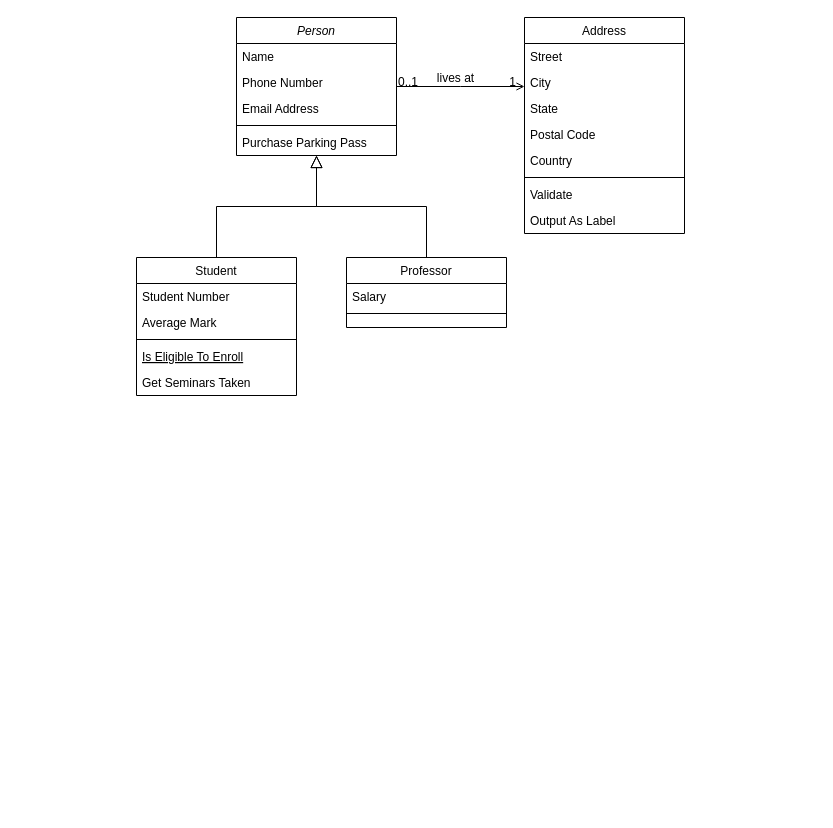
Above: Untitled Diagram.drawio in ngltduong/flappy-bird (draw.io), before the change. Source tidied: cells renumbered, new cells numbered last; positions are measured from the earlier drawing's top-left corner, leaving out a move shared by most shapes. Both pictures are drawn from the tidied source at 100%, with x=0, y=0 at pixel (136, 17).
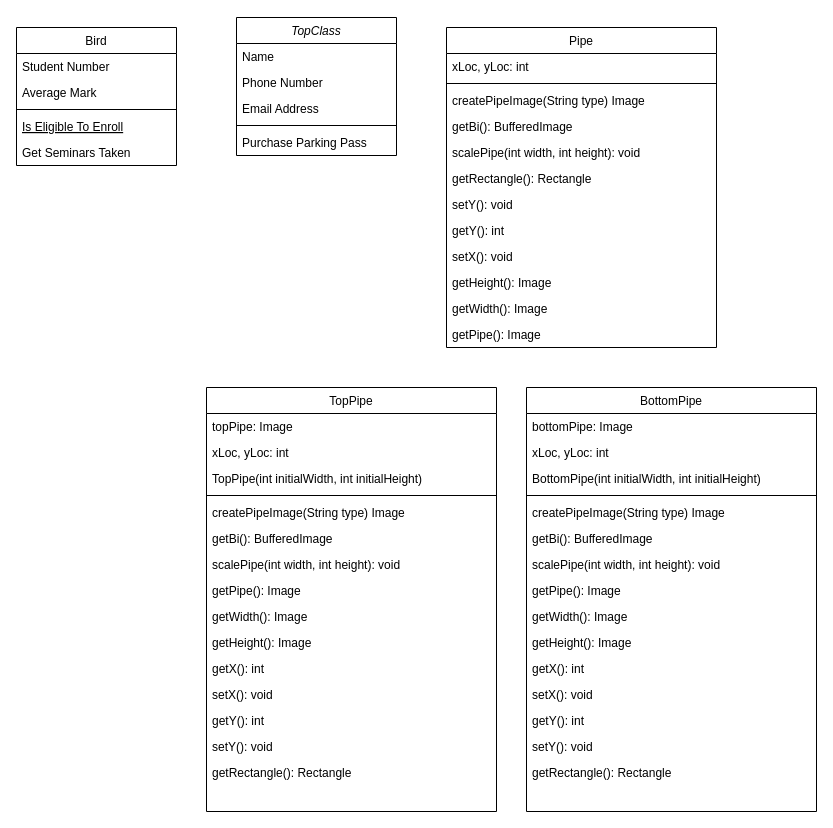
After the change.

Diff of the diagram source:
```diff
@@
-    <mxCell id="2" value="Person" style="swimlane;fontStyle=2;align=center;verticalAlign=top;horizontal=1;startSize=26;rounded=0;shadow=0;strokeWidth=1;" parent="1" vertex="1">
+    <mxCell id="2" value="TopClass" style="swimlane;fontStyle=2;align=center;verticalAlign=top;horizontal=1;startSize=26;rounded=0;shadow=0;strokeWidth=1;" parent="1" vertex="1">
       <mxGeometry x="100" width="160" height="138" as="geometry" />
     </mxCell>
@@
-    <mxCell id="8" value="Student" style="swimlane;fontStyle=0;align=center;verticalAlign=top;horizontal=1;startSize=26;rounded=0;shadow=0;strokeWidth=1;" parent="1" vertex="1">
-      <mxGeometry y="240" width="160" height="138" as="geometry" />
+    <mxCell id="8" value="Bird" style="swimlane;fontStyle=0;align=center;verticalAlign=top;horizontal=1;startSize=26;rounded=0;shadow=0;strokeWidth=1;" parent="1" vertex="1">
+      <mxGeometry x="-120" y="10" width="160" height="138" as="geometry" />
     </mxCell>
@@
-    <mxCell id="14" style="endArrow=block;endSize=10;endFill=0;shadow=0;strokeWidth=1;rounded=0;edgeStyle=elbowEdgeStyle;elbow=vertical;" parent="1" edge="1" source="8" target="2">
-      <mxGeometry relative="1" as="geometry" />
-    </mxCell>
-    <mxCell id="15" value="Professor" style="swimlane;fontStyle=0;align=center;verticalAlign=top;horizontal=1;startSize=26;rounded=0;shadow=0;strokeWidth=1;" parent="1" vertex="1">
-      <mxGeometry x="210" y="240" width="160" height="70" as="geometry" />
-    </mxCell>
-    <mxCell id="16" value="Salary" style="text;align=left;verticalAlign=top;spacingLeft=4;spacingRight=4;overflow=hidden;" parent="15" vertex="1">
-      <mxGeometry y="26" width="160" height="26" as="geometry" />
-    </mxCell>
-    <mxCell id="17" style="line;html=1;strokeWidth=1;align=left;verticalAlign=middle;spacingTop=-1;spacingLeft=3;spacingRight=3;labelPosition=right;" parent="15" vertex="1">
-      <mxGeometry y="52" width="160" height="8" as="geometry" />
-    </mxCell>
-    <mxCell id="18" style="endArrow=block;endSize=10;endFill=0;shadow=0;strokeWidth=1;rounded=0;edgeStyle=elbowEdgeStyle;elbow=vertical;" parent="1" edge="1" source="15" target="2">
-      <mxGeometry relative="1" as="geometry" />
-    </mxCell>
-    <mxCell id="19" value="Address" style="swimlane;fontStyle=0;align=center;verticalAlign=top;horizontal=1;startSize=26;rounded=0;shadow=0;strokeWidth=1;" parent="1" vertex="1">
-      <mxGeometry x="388" width="160" height="216" as="geometry" />
+    <mxCell id="19" value="Pipe" style="swimlane;fontStyle=0;align=center;verticalAlign=top;horizontal=1;startSize=26;rounded=0;shadow=0;strokeWidth=1;" parent="1" vertex="1">
+      <mxGeometry x="310" y="10" width="270" height="320" as="geometry" />
     </mxCell>
-    <mxCell id="20" value="Street" style="text;align=left;verticalAlign=top;spacingLeft=4;spacingRight=4;overflow=hidden;" parent="19" vertex="1">
-      <mxGeometry y="26" width="160" height="26" as="geometry" />
-    </mxCell>
-    <mxCell id="21" value="City" style="text;align=left;verticalAlign=top;spacingLeft=4;spacingRight=4;overflow=hidden;rounded=0;shadow=0;html=0;" parent="19" vertex="1">
-      <mxGeometry y="52" width="160" height="26" as="geometry" />
+    <mxCell id="21" value="xLoc, yLoc: int" style="text;align=left;verticalAlign=top;spacingLeft=4;spacingRight=4;overflow=hidden;rounded=0;shadow=0;html=0;" parent="19" vertex="1">
+      <mxGeometry y="26" width="270" height="26" as="geometry" />
     </mxCell>
+    <mxCell id="25" style="line;html=1;strokeWidth=1;align=left;verticalAlign=middle;spacingTop=-1;spacingLeft=3;spacingRight=3;labelPosition=right;" parent="19" vertex="1">
+      <mxGeometry y="52" width="270" height="8" as="geometry" />
+    </mxCell>
-    <mxCell id="22" value="State" style="text;align=left;verticalAlign=top;spacingLeft=4;spacingRight=4;overflow=hidden;rounded=0;shadow=0;html=0;" parent="19" vertex="1">
-      <mxGeometry y="78" width="160" height="26" as="geometry" />
+    <mxCell id="22" value="createPipeImage(String type) Image" style="text;align=left;verticalAlign=top;spacingLeft=4;spacingRight=4;overflow=hidden;rounded=0;shadow=0;html=0;" parent="19" vertex="1">
+      <mxGeometry y="60" width="270" height="26" as="geometry" />
     </mxCell>
-    <mxCell id="23" value="Postal Code" style="text;align=left;verticalAlign=top;spacingLeft=4;spacingRight=4;overflow=hidden;rounded=0;shadow=0;html=0;" parent="19" vertex="1">
-      <mxGeometry y="104" width="160" height="26" as="geometry" />
-    </mxCell>
-    <mxCell id="24" value="Country" style="text;align=left;verticalAlign=top;spacingLeft=4;spacingRight=4;overflow=hidden;rounded=0;shadow=0;html=0;" parent="19" vertex="1">
-      <mxGeometry y="130" width="160" height="26" as="geometry" />
-    </mxCell>
-    <mxCell id="25" style="line;html=1;strokeWidth=1;align=left;verticalAlign=middle;spacingTop=-1;spacingLeft=3;spacingRight=3;labelPosition=right;" parent="19" vertex="1">
-      <mxGeometry y="156" width="160" height="8" as="geometry" />
-    </mxCell>
-    <mxCell id="26" value="Validate" style="text;align=left;verticalAlign=top;spacingLeft=4;spacingRight=4;overflow=hidden;" parent="19" vertex="1">
-      <mxGeometry y="164" width="160" height="26" as="geometry" />
+    <mxCell id="26" value="getBi(): BufferedImage" style="text;align=left;verticalAlign=top;spacingLeft=4;spacingRight=4;overflow=hidden;" parent="19" vertex="1">
+      <mxGeometry y="86" width="270" height="26" as="geometry" />
     </mxCell>
-    <mxCell id="27" value="Output As Label" style="text;align=left;verticalAlign=top;spacingLeft=4;spacingRight=4;overflow=hidden;" parent="19" vertex="1">
-      <mxGeometry y="190" width="160" height="26" as="geometry" />
-    </mxCell>
-    <mxCell id="28" style="endArrow=open;shadow=0;strokeWidth=1;rounded=0;endFill=1;edgeStyle=elbowEdgeStyle;elbow=vertical;" parent="1" edge="1" source="2" target="19">
-      <mxGeometry x="0.5" y="41" relative="1" as="geometry">
-        <mxPoint x="-40" y="32" as="offset" />
-      </mxGeometry>
-    </mxCell>
-    <mxCell id="29" value="0..1" style="align=left;verticalAlign=bottom;labelBackgroundColor=none;fontSize=12;" parent="28" vertex="1">
-      <mxGeometry x="-1" relative="1" as="geometry">
-        <mxPoint y="4" as="offset" />
-      </mxGeometry>
-    </mxCell>
-    <mxCell id="30" value="1" style="align=right;verticalAlign=bottom;labelBackgroundColor=none;fontSize=12;" parent="28" vertex="1">
-      <mxGeometry x="1" relative="1" as="geometry">
-        <mxPoint x="-7" y="4" as="offset" />
-      </mxGeometry>
-    </mxCell>
-    <mxCell id="31" value="lives at" style="text;html=1;align=center;verticalAlign=middle;labelBackgroundColor=none;rounded=0;shadow=0;strokeWidth=1;fontSize=12;" parent="28" vertex="1">
-      <mxGeometry x="0.5" y="49" relative="1" as="geometry">
-        <mxPoint x="-38" y="40" as="offset" />
-      </mxGeometry>
-    </mxCell>
+    <mxCell id="32" value="scalePipe(int width, int height): void" style="text;strokeColor=none;fillColor=none;align=left;verticalAlign=top;spacingLeft=4;spacingRight=4;overflow=hidden;hachureGap=4;" parent="19" vertex="1">
+      <mxGeometry y="112" width="270" height="26" as="geometry" />
+    </mxCell>
+    <mxCell id="33" value="getRectangle(): Rectangle" style="text;strokeColor=none;fillColor=none;align=left;verticalAlign=top;spacingLeft=4;spacingRight=4;overflow=hidden;hachureGap=4;" parent="19" vertex="1">
+      <mxGeometry y="138" width="270" height="26" as="geometry" />
+    </mxCell>
+    <mxCell id="34" value="setY(): void" style="text;strokeColor=none;fillColor=none;align=left;verticalAlign=top;spacingLeft=4;spacingRight=4;overflow=hidden;hachureGap=4;" parent="19" vertex="1">
+      <mxGeometry y="164" width="270" height="26" as="geometry" />
+    </mxCell>
+    <mxCell id="35" value="getY(): int" style="text;strokeColor=none;fillColor=none;align=left;verticalAlign=top;spacingLeft=4;spacingRight=4;overflow=hidden;hachureGap=4;" parent="19" vertex="1">
+      <mxGeometry y="190" width="270" height="26" as="geometry" />
+    </mxCell>
+    <mxCell id="36" value="setX(): void" style="text;strokeColor=none;fillColor=none;align=left;verticalAlign=top;spacingLeft=4;spacingRight=4;overflow=hidden;hachureGap=4;" parent="19" vertex="1">
+      <mxGeometry y="216" width="270" height="26" as="geometry" />
+    </mxCell>
+    <mxCell id="37" value="getHeight(): Image" style="text;strokeColor=none;fillColor=none;align=left;verticalAlign=top;spacingLeft=4;spacingRight=4;overflow=hidden;hachureGap=4;" parent="19" vertex="1">
+      <mxGeometry y="242" width="270" height="26" as="geometry" />
+    </mxCell>
+    <mxCell id="38" value="getWidth(): Image" style="text;strokeColor=none;fillColor=none;align=left;verticalAlign=top;spacingLeft=4;spacingRight=4;overflow=hidden;hachureGap=4;" parent="19" vertex="1">
+      <mxGeometry y="268" width="270" height="26" as="geometry" />
+    </mxCell>
+    <mxCell id="39" value="getPipe(): Image" style="text;strokeColor=none;fillColor=none;align=left;verticalAlign=top;spacingLeft=4;spacingRight=4;overflow=hidden;hachureGap=4;" parent="19" vertex="1">
+      <mxGeometry y="294" width="270" height="26" as="geometry" />
+    </mxCell>
+    <mxCell id="40" value="TopPipe" style="swimlane;fontStyle=0;align=center;verticalAlign=top;horizontal=1;startSize=26;rounded=0;shadow=0;strokeWidth=1;" parent="1" vertex="1">
+      <mxGeometry x="70" y="370" width="290" height="424" as="geometry" />
+    </mxCell>
+    <mxCell id="41" value="topPipe: Image" style="text;align=left;verticalAlign=top;spacingLeft=4;spacingRight=4;overflow=hidden;" parent="40" vertex="1">
+      <mxGeometry y="26" width="290" height="26" as="geometry" />
+    </mxCell>
+    <mxCell id="42" value="xLoc, yLoc: int" style="text;align=left;verticalAlign=top;spacingLeft=4;spacingRight=4;overflow=hidden;rounded=0;shadow=0;html=0;" parent="40" vertex="1">
+      <mxGeometry y="52" width="290" height="26" as="geometry" />
+    </mxCell>
+    <mxCell id="43" value="TopPipe(int initialWidth, int initialHeight)" style="text;strokeColor=none;fillColor=none;align=left;verticalAlign=top;spacingLeft=4;spacingRight=4;overflow=hidden;hachureGap=4;" parent="40" vertex="1">
+      <mxGeometry y="78" width="290" height="26" as="geometry" />
+    </mxCell>
+    <mxCell id="44" style="line;html=1;strokeWidth=1;align=left;verticalAlign=middle;spacingTop=-1;spacingLeft=3;spacingRight=3;labelPosition=right;" parent="40" vertex="1">
+      <mxGeometry y="104" width="290" height="8" as="geometry" />
+    </mxCell>
+    <mxCell id="45" value="createPipeImage(String type) Image" style="text;align=left;verticalAlign=top;spacingLeft=4;spacingRight=4;overflow=hidden;rounded=0;shadow=0;html=0;" parent="40" vertex="1">
+      <mxGeometry y="112" width="290" height="26" as="geometry" />
+    </mxCell>
+    <mxCell id="46" value="getBi(): BufferedImage" style="text;align=left;verticalAlign=top;spacingLeft=4;spacingRight=4;overflow=hidden;" parent="40" vertex="1">
+      <mxGeometry y="138" width="290" height="26" as="geometry" />
+    </mxCell>
+    <mxCell id="47" value="scalePipe(int width, int height): void" style="text;strokeColor=none;fillColor=none;align=left;verticalAlign=top;spacingLeft=4;spacingRight=4;overflow=hidden;hachureGap=4;" parent="40" vertex="1">
+      <mxGeometry y="164" width="290" height="26" as="geometry" />
+    </mxCell>
+    <mxCell id="48" value="getPipe(): Image" style="text;strokeColor=none;fillColor=none;align=left;verticalAlign=top;spacingLeft=4;spacingRight=4;overflow=hidden;hachureGap=4;" parent="40" vertex="1">
+      <mxGeometry y="190" width="290" height="26" as="geometry" />
+    </mxCell>
+    <mxCell id="49" value="getWidth(): Image" style="text;strokeColor=none;fillColor=none;align=left;verticalAlign=top;spacingLeft=4;spacingRight=4;overflow=hidden;hachureGap=4;" parent="40" vertex="1">
+      <mxGeometry y="216" width="290" height="26" as="geometry" />
+    </mxCell>
+    <mxCell id="50" value="getHeight(): Image" style="text;strokeColor=none;fillColor=none;align=left;verticalAlign=top;spacingLeft=4;spacingRight=4;overflow=hidden;hachureGap=4;" parent="40" vertex="1">
+      <mxGeometry y="242" width="290" height="26" as="geometry" />
+    </mxCell>
+    <mxCell id="51" value="getX(): int" style="text;strokeColor=none;fillColor=none;align=left;verticalAlign=top;spacingLeft=4;spacingRight=4;overflow=hidden;hachureGap=4;" parent="40" vertex="1">
+      <mxGeometry y="268" width="290" height="26" as="geometry" />
+    </mxCell>
+    <mxCell id="52" value="setX(): void" style="text;strokeColor=none;fillColor=none;align=left;verticalAlign=top;spacingLeft=4;spacingRight=4;overflow=hidden;hachureGap=4;" parent="40" vertex="1">
+      <mxGeometry y="294" width="290" height="26" as="geometry" />
+    </mxCell>
+    <mxCell id="53" value="getY(): int" style="text;strokeColor=none;fillColor=none;align=left;verticalAlign=top;spacingLeft=4;spacingRight=4;overflow=hidden;hachureGap=4;" parent="40" vertex="1">
+      <mxGeometry y="320" width="290" height="26" as="geometry" />
+    </mxCell>
+    <mxCell id="54" value="setY(): void" style="text;strokeColor=none;fillColor=none;align=left;verticalAlign=top;spacingLeft=4;spacingRight=4;overflow=hidden;hachureGap=4;" parent="40" vertex="1">
+      <mxGeometry y="346" width="290" height="26" as="geometry" />
+    </mxCell>
+    <mxCell id="55" value="getRectangle(): Rectangle" style="text;strokeColor=none;fillColor=none;align=left;verticalAlign=top;spacingLeft=4;spacingRight=4;overflow=hidden;hachureGap=4;" parent="40" vertex="1">
+      <mxGeometry y="372" width="290" height="26" as="geometry" />
+    </mxCell>
+    <mxCell id="56" value="BottomPipe" style="swimlane;fontStyle=0;align=center;verticalAlign=top;horizontal=1;startSize=26;rounded=0;shadow=0;strokeWidth=1;" parent="1" vertex="1">
+      <mxGeometry x="390" y="370" width="290" height="424" as="geometry" />
+    </mxCell>
+    <mxCell id="57" value="bottomPipe: Image" style="text;align=left;verticalAlign=top;spacingLeft=4;spacingRight=4;overflow=hidden;" parent="56" vertex="1">
+      <mxGeometry y="26" width="290" height="26" as="geometry" />
+    </mxCell>
+    <mxCell id="58" value="xLoc, yLoc: int" style="text;align=left;verticalAlign=top;spacingLeft=4;spacingRight=4;overflow=hidden;rounded=0;shadow=0;html=0;" parent="56" vertex="1">
+      <mxGeometry y="52" width="290" height="26" as="geometry" />
+    </mxCell>
+    <mxCell id="59" value="BottomPipe(int initialWidth, int initialHeight)" style="text;strokeColor=none;fillColor=none;align=left;verticalAlign=top;spacingLeft=4;spacingRight=4;overflow=hidden;hachureGap=4;" parent="56" vertex="1">
+      <mxGeometry y="78" width="290" height="26" as="geometry" />
+    </mxCell>
+    <mxCell id="60" style="line;html=1;strokeWidth=1;align=left;verticalAlign=middle;spacingTop=-1;spacingLeft=3;spacingRight=3;labelPosition=right;" parent="56" vertex="1">
+      <mxGeometry y="104" width="290" height="8" as="geometry" />
+    </mxCell>
+    <mxCell id="61" value="createPipeImage(String type) Image" style="text;align=left;verticalAlign=top;spacingLeft=4;spacingRight=4;overflow=hidden;rounded=0;shadow=0;html=0;" parent="56" vertex="1">
+      <mxGeometry y="112" width="290" height="26" as="geometry" />
+    </mxCell>
+    <mxCell id="62" value="getBi(): BufferedImage" style="text;align=left;verticalAlign=top;spacingLeft=4;spacingRight=4;overflow=hidden;" parent="56" vertex="1">
+      <mxGeometry y="138" width="290" height="26" as="geometry" />
+    </mxCell>
+    <mxCell id="63" value="scalePipe(int width, int height): void" style="text;strokeColor=none;fillColor=none;align=left;verticalAlign=top;spacingLeft=4;spacingRight=4;overflow=hidden;hachureGap=4;" parent="56" vertex="1">
+      <mxGeometry y="164" width="290" height="26" as="geometry" />
+    </mxCell>
+    <mxCell id="64" value="getPipe(): Image" style="text;strokeColor=none;fillColor=none;align=left;verticalAlign=top;spacingLeft=4;spacingRight=4;overflow=hidden;hachureGap=4;" parent="56" vertex="1">
+      <mxGeometry y="190" width="290" height="26" as="geometry" />
+    </mxCell>
+    <mxCell id="65" value="getWidth(): Image" style="text;strokeColor=none;fillColor=none;align=left;verticalAlign=top;spacingLeft=4;spacingRight=4;overflow=hidden;hachureGap=4;" parent="56" vertex="1">
+      <mxGeometry y="216" width="290" height="26" as="geometry" />
+    </mxCell>
+    <mxCell id="66" value="getHeight(): Image" style="text;strokeColor=none;fillColor=none;align=left;verticalAlign=top;spacingLeft=4;spacingRight=4;overflow=hidden;hachureGap=4;" parent="56" vertex="1">
+      <mxGeometry y="242" width="290" height="26" as="geometry" />
+    </mxCell>
+    <mxCell id="67" value="getX(): int" style="text;strokeColor=none;fillColor=none;align=left;verticalAlign=top;spacingLeft=4;spacingRight=4;overflow=hidden;hachureGap=4;" parent="56" vertex="1">
+      <mxGeometry y="268" width="290" height="26" as="geometry" />
+    </mxCell>
+    <mxCell id="68" value="setX(): void" style="text;strokeColor=none;fillColor=none;align=left;verticalAlign=top;spacingLeft=4;spacingRight=4;overflow=hidden;hachureGap=4;" parent="56" vertex="1">
+      <mxGeometry y="294" width="290" height="26" as="geometry" />
+    </mxCell>
+    <mxCell id="69" value="getY(): int" style="text;strokeColor=none;fillColor=none;align=left;verticalAlign=top;spacingLeft=4;spacingRight=4;overflow=hidden;hachureGap=4;" parent="56" vertex="1">
+      <mxGeometry y="320" width="290" height="26" as="geometry" />
+    </mxCell>
+    <mxCell id="70" value="setY(): void" style="text;strokeColor=none;fillColor=none;align=left;verticalAlign=top;spacingLeft=4;spacingRight=4;overflow=hidden;hachureGap=4;" parent="56" vertex="1">
+      <mxGeometry y="346" width="290" height="26" as="geometry" />
+    </mxCell>
+    <mxCell id="71" value="getRectangle(): Rectangle" style="text;strokeColor=none;fillColor=none;align=left;verticalAlign=top;spacingLeft=4;spacingRight=4;overflow=hidden;hachureGap=4;" parent="56" vertex="1">
+      <mxGeometry y="372" width="290" height="26" as="geometry" />
+    </mxCell>
```
